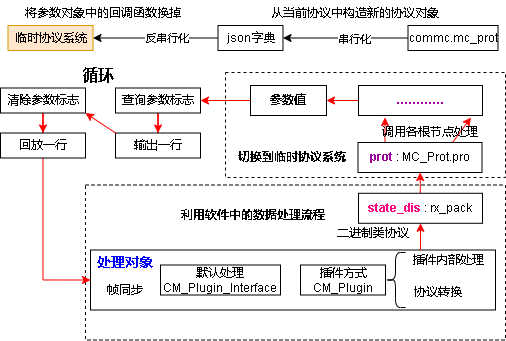
Before: doc/draft/设计-指定变量csv流程.drawio.png, a diagram exported from draw.io (yangzigy/com_mc). Source tidied: cells renumbered, new cells last; positions are measured from the earlier drawing's top-left corner, leaving out a move shared by most shapes. Its diagram source:
```xml
<mxGraphModel>
  <root>
    <mxCell id="0" />
    <mxCell id="1" parent="0" />
    <mxCell id="2" style="rounded=0;whiteSpace=wrap;html=1;fillColor=none;dashed=1;" parent="1" vertex="1">
      <mxGeometry x="85" y="184.5" width="420" height="155" as="geometry" />
    </mxCell>
    <mxCell id="3" style="rounded=0;whiteSpace=wrap;html=1;fillColor=none;dashed=1;" parent="1" vertex="1">
      <mxGeometry x="225" y="72" width="280" height="105" as="geometry" />
    </mxCell>
    <mxCell id="4" style="rounded=0;whiteSpace=wrap;html=1;fillColor=none;" parent="1" vertex="1">
      <mxGeometry x="90" y="249.5" width="405" height="60" as="geometry" />
    </mxCell>
    <mxCell id="5" value="默认处理&lt;br&gt;CM_Plugin_Interface" style="rounded=0;whiteSpace=wrap;html=1;" parent="1" vertex="1">
      <mxGeometry x="160" y="264.5" width="120" height="30" as="geometry" />
    </mxCell>
    <mxCell id="6" value="处理对象" style="text;html=1;strokeColor=none;fillColor=none;align=center;verticalAlign=middle;whiteSpace=wrap;rounded=0;fontColor=#0000FF;fontStyle=1;fontSize=14;" parent="1" vertex="1">
      <mxGeometry x="95" y="247" width="60" height="30" as="geometry" />
    </mxCell>
    <mxCell id="7" value="插件方式&lt;br&gt;CM_Plugin" style="rounded=0;whiteSpace=wrap;html=1;" parent="1" vertex="1">
      <mxGeometry x="300" y="264.5" width="85" height="30" as="geometry" />
    </mxCell>
    <mxCell id="8" style="shape=curlyBracket;whiteSpace=wrap;html=1;rounded=1;fillColor=none;" parent="1" vertex="1">
      <mxGeometry x="385" y="252" width="20" height="55" as="geometry" />
    </mxCell>
    <mxCell id="9" value="插件内部处理" style="text;html=1;strokeColor=none;fillColor=none;align=center;verticalAlign=middle;whiteSpace=wrap;rounded=0;" parent="1" vertex="1">
      <mxGeometry x="405" y="244.5" width="85" height="30" as="geometry" />
    </mxCell>
    <mxCell id="10" value="协议转换" style="text;html=1;strokeColor=none;fillColor=none;align=center;verticalAlign=middle;whiteSpace=wrap;rounded=0;" parent="1" vertex="1">
      <mxGeometry x="410" y="277" width="55" height="30" as="geometry" />
    </mxCell>
    <mxCell id="11" style="endArrow=classic;html=1;rounded=0;entryX=0.5;entryY=1;entryDx=0;entryDy=0;exitX=1;exitY=0.25;exitDx=0;exitDy=0;strokeColor=#FF0000;" parent="1" edge="1">
      <mxGeometry relative="1" as="geometry">
        <mxPoint x="446.5" y="149.5" as="sourcePoint" />
        <mxPoint x="470.5" y="117" as="targetPoint" />
      </mxGeometry>
    </mxCell>
    <mxCell id="12" value="帧同步" style="text;html=1;strokeColor=none;fillColor=none;align=center;verticalAlign=middle;whiteSpace=wrap;rounded=0;" parent="1" vertex="1">
      <mxGeometry x="100" y="274.5" width="50" height="30" as="geometry" />
    </mxCell>
    <mxCell id="13" style="rounded=0;orthogonalLoop=1;jettySize=auto;html=1;fontSize=14;fontColor=#0000FF;exitX=0.5;exitY=0;exitDx=0;exitDy=0;strokeColor=#FF0000;" parent="1" edge="1">
      <mxGeometry relative="1" as="geometry">
        <mxPoint x="384.5" y="142" as="sourcePoint" />
        <mxPoint x="384.5" y="117" as="targetPoint" />
      </mxGeometry>
    </mxCell>
    <mxCell id="14" style="edgeStyle=none;rounded=0;jettySize=auto;html=1;fontColor=#990099;strokeColor=#FF0000;" parent="1" edge="1" source="15" target="18">
      <mxGeometry relative="1" as="geometry" />
    </mxCell>
    <mxCell id="15" value="&lt;b&gt;&lt;font color=&quot;#ff0080&quot;&gt;state_dis&lt;/font&gt;&lt;/b&gt; :&amp;nbsp;rx_pack" style="rounded=0;whiteSpace=wrap;html=1;" parent="1" vertex="1">
      <mxGeometry x="358" y="192.8" width="124" height="30" as="geometry" />
    </mxCell>
    <mxCell id="16" style="endArrow=classic;html=1;rounded=0;entryX=0.5;entryY=1;entryDx=0;entryDy=0;strokeColor=#FF0000;" parent="1" edge="1">
      <mxGeometry relative="1" as="geometry">
        <mxPoint x="420" y="249.5" as="sourcePoint" />
        <mxPoint x="420" y="222.8" as="targetPoint" />
      </mxGeometry>
    </mxCell>
    <mxCell id="17" value="二进制类协议" style="text;html=1;strokeColor=none;fillColor=none;align=center;verticalAlign=middle;whiteSpace=wrap;rounded=0;" parent="1" vertex="1">
      <mxGeometry x="335" y="217.8" width="75" height="30" as="geometry" />
    </mxCell>
    <mxCell id="18" value="&lt;b&gt;&lt;font color=&quot;#990099&quot;&gt;prot&lt;/font&gt;&lt;/b&gt; :&amp;nbsp;MC_Prot.pro" style="rounded=0;whiteSpace=wrap;html=1;" parent="1" vertex="1">
      <mxGeometry x="357.5" y="142" width="124" height="30" as="geometry" />
    </mxCell>
    <mxCell id="19" value="调用各根节点处理" style="text;html=1;strokeColor=none;fillColor=none;align=center;verticalAlign=middle;whiteSpace=wrap;rounded=0;" parent="1" vertex="1">
      <mxGeometry x="375" y="122" width="110" height="20" as="geometry" />
    </mxCell>
    <mxCell id="20" style="edgeStyle=orthogonalEdgeStyle;rounded=0;jettySize=auto;html=1;fontColor=#000000;strokeColor=#FF0000;" parent="1" edge="1" source="21" target="25">
      <mxGeometry relative="1" as="geometry" />
    </mxCell>
    <mxCell id="21" value="&lt;font color=&quot;#990099&quot;&gt;&lt;span&gt;…………&lt;/span&gt;&lt;/font&gt;" style="rounded=0;whiteSpace=wrap;html=1;fontStyle=1;" parent="1" vertex="1">
      <mxGeometry x="358" y="85" width="124" height="30" as="geometry" />
    </mxCell>
    <mxCell id="22" value="切换到临时协议系统" style="text;html=1;strokeColor=none;fillColor=none;align=center;verticalAlign=middle;whiteSpace=wrap;rounded=0;fontStyle=1;" parent="1" vertex="1">
      <mxGeometry x="232.5" y="142" width="117.5" height="30" as="geometry" />
    </mxCell>
    <mxCell id="23" value="利用软件中的数据处理流程" style="text;html=1;strokeColor=none;fillColor=none;align=center;verticalAlign=middle;whiteSpace=wrap;rounded=0;fontStyle=1;" parent="1" vertex="1">
      <mxGeometry x="170" y="199.5" width="165" height="30" as="geometry" />
    </mxCell>
    <mxCell id="24" style="edgeStyle=none;rounded=0;jettySize=auto;html=1;fontColor=#000000;strokeColor=#FF0000;" parent="1" edge="1" source="25" target="40">
      <mxGeometry relative="1" as="geometry" />
    </mxCell>
    <mxCell id="25" value="&lt;font&gt;&lt;span&gt;参数值&lt;/span&gt;&lt;/font&gt;" style="rounded=0;whiteSpace=wrap;html=1;fontStyle=1;fontColor=#000000;" parent="1" vertex="1">
      <mxGeometry x="250" y="85" width="76" height="30" as="geometry" />
    </mxCell>
    <mxCell id="26" style="rounded=0;jettySize=auto;html=1;fontColor=#000000;" parent="1" edge="1" source="28" target="32">
      <mxGeometry relative="1" as="geometry" />
    </mxCell>
    <mxCell id="27" value="串行化" style="edgeLabel;html=1;align=center;verticalAlign=middle;fontColor=#000000;" parent="26" vertex="1">
      <mxGeometry x="-0.14" y="1" relative="1" as="geometry" />
    </mxCell>
    <mxCell id="28" value="commc.mc_prot" style="rounded=0;whiteSpace=wrap;html=1;" parent="1" vertex="1">
      <mxGeometry x="407.5" y="25" width="90" height="25" as="geometry" />
    </mxCell>
    <mxCell id="29" value="从当前协议中构造新的协议对象" style="text;html=1;strokeColor=none;fillColor=none;align=center;verticalAlign=middle;whiteSpace=wrap;rounded=0;dashed=1;fontColor=#000000;" parent="1" vertex="1">
      <mxGeometry x="260" width="190" height="25" as="geometry" />
    </mxCell>
    <mxCell id="30" style="rounded=0;jettySize=auto;html=1;fontColor=#000000;" parent="1" edge="1" source="32" target="33">
      <mxGeometry relative="1" as="geometry" />
    </mxCell>
    <mxCell id="31" value="反串行化" style="edgeLabel;html=1;align=center;verticalAlign=middle;fontColor=#000000;" parent="30" vertex="1">
      <mxGeometry x="-0.18" relative="1" as="geometry" />
    </mxCell>
    <mxCell id="32" value="json字典" style="rounded=0;whiteSpace=wrap;html=1;" parent="1" vertex="1">
      <mxGeometry x="217.5" y="25" width="65" height="25" as="geometry" />
    </mxCell>
    <mxCell id="33" value="临时协议系统" style="rounded=0;whiteSpace=wrap;html=1;fillColor=#ffe6cc;strokeColor=#d79b00;" parent="1" vertex="1">
      <mxGeometry x="7.5" y="25" width="85" height="25" as="geometry" />
    </mxCell>
    <mxCell id="34" style="edgeStyle=orthogonalEdgeStyle;rounded=0;jettySize=auto;html=1;fontColor=#000000;strokeColor=#FF0000;" parent="1" edge="1" source="35" target="38">
      <mxGeometry relative="1" as="geometry" />
    </mxCell>
    <mxCell id="35" value="清除参数标志" style="rounded=0;whiteSpace=wrap;html=1;" parent="1" vertex="1">
      <mxGeometry y="87.5" width="85" height="25" as="geometry" />
    </mxCell>
    <mxCell id="36" value="将参数对象中的回调函数换掉" style="text;html=1;strokeColor=none;fillColor=none;align=center;verticalAlign=middle;whiteSpace=wrap;rounded=0;dashed=1;fontColor=#000000;" parent="1" vertex="1">
      <mxGeometry x="20" width="165" height="25" as="geometry" />
    </mxCell>
    <mxCell id="37" style="rounded=0;jettySize=auto;html=1;fontColor=#000000;entryX=0;entryY=0.5;entryDx=0;entryDy=0;edgeStyle=orthogonalEdgeStyle;exitX=0.5;exitY=1;exitDx=0;exitDy=0;strokeColor=#FF0000;" parent="1" edge="1" source="38" target="4">
      <mxGeometry relative="1" as="geometry" />
    </mxCell>
    <mxCell id="38" value="回放一行" style="rounded=0;whiteSpace=wrap;html=1;" parent="1" vertex="1">
      <mxGeometry y="132.5" width="85" height="25" as="geometry" />
    </mxCell>
    <mxCell id="39" style="edgeStyle=orthogonalEdgeStyle;rounded=0;jettySize=auto;html=1;fontColor=#000000;strokeColor=#FF0000;" parent="1" edge="1" source="40" target="41">
      <mxGeometry relative="1" as="geometry" />
    </mxCell>
    <mxCell id="40" value="查询参数标志" style="rounded=0;whiteSpace=wrap;html=1;" parent="1" vertex="1">
      <mxGeometry x="115" y="87.5" width="85" height="25" as="geometry" />
    </mxCell>
    <mxCell id="41" value="输出一行" style="rounded=0;whiteSpace=wrap;html=1;" parent="1" vertex="1">
      <mxGeometry x="115" y="132.5" width="85" height="25" as="geometry" />
    </mxCell>
    <mxCell id="42" style="rounded=0;jettySize=auto;html=1;fontColor=#000000;exitX=0;exitY=0;exitDx=0;exitDy=0;entryX=1;entryY=1;entryDx=0;entryDy=0;strokeColor=#FF0000;" parent="1" edge="1" source="41" target="35">
      <mxGeometry relative="1" as="geometry" />
    </mxCell>
    <mxCell id="43" value="循环" style="text;html=1;strokeColor=none;fillColor=none;align=center;verticalAlign=middle;whiteSpace=wrap;rounded=0;dashed=1;fontColor=#000000;fontSize=16;fontStyle=1;" parent="1" vertex="1">
      <mxGeometry x="80" y="62.5" width="35" height="25" as="geometry" />
    </mxCell>
  </root>
</mxGraphModel>
```
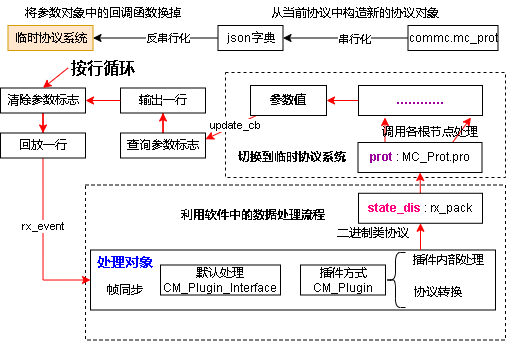
The same diagram one commit later.

Diff of the diagram source:
```diff
@@ -77,9 +77,12 @@
     <mxCell id="23" value="利用软件中的数据处理流程" style="text;html=1;strokeColor=none;fillColor=none;align=center;verticalAlign=middle;whiteSpace=wrap;rounded=0;fontStyle=1;" parent="1" vertex="1">
       <mxGeometry x="170" y="199.5" width="165" height="30" as="geometry" />
     </mxCell>
-    <mxCell id="24" style="edgeStyle=none;rounded=0;jettySize=auto;html=1;fontColor=#000000;strokeColor=#FF0000;" parent="1" edge="1" source="25" target="40">
+    <mxCell id="24" style="edgeStyle=none;rounded=0;jettySize=auto;html=1;fontColor=#000000;strokeColor=#FF0000;entryX=1;entryY=0.25;entryDx=0;entryDy=0;" parent="1" edge="1" source="25" target="40">
       <mxGeometry relative="1" as="geometry" />
     </mxCell>
+    <mxCell id="44" value="update_cb" style="edgeLabel;html=1;align=center;verticalAlign=middle;" parent="24" vertex="1">
+      <mxGeometry x="-0.19" relative="1" as="geometry" />
+    </mxCell>
     <mxCell id="25" value="&lt;font&gt;&lt;span&gt;参数值&lt;/span&gt;&lt;/font&gt;" style="rounded=0;whiteSpace=wrap;html=1;fontStyle=1;fontColor=#000000;" parent="1" vertex="1">
       <mxGeometry x="250" y="85" width="76" height="30" as="geometry" />
     </mxCell>
@@ -119,6 +122,9 @@
     <mxCell id="37" style="rounded=0;jettySize=auto;html=1;fontColor=#000000;entryX=0;entryY=0.5;entryDx=0;entryDy=0;edgeStyle=orthogonalEdgeStyle;exitX=0.5;exitY=1;exitDx=0;exitDy=0;strokeColor=#FF0000;" parent="1" edge="1" source="38" target="4">
       <mxGeometry relative="1" as="geometry" />
     </mxCell>
+    <mxCell id="45" value="rx_event" style="edgeLabel;html=1;align=center;verticalAlign=middle;" parent="37" vertex="1">
+      <mxGeometry x="-0.19" relative="1" as="geometry" />
+    </mxCell>
     <mxCell id="38" value="回放一行" style="rounded=0;whiteSpace=wrap;html=1;" parent="1" vertex="1">
       <mxGeometry y="132.5" width="85" height="25" as="geometry" />
     </mxCell>
@@ -126,16 +132,19 @@
       <mxGeometry relative="1" as="geometry" />
     </mxCell>
     <mxCell id="40" value="查询参数标志" style="rounded=0;whiteSpace=wrap;html=1;" parent="1" vertex="1">
-      <mxGeometry x="115" y="87.5" width="85" height="25" as="geometry" />
+      <mxGeometry x="120" y="132.5" width="85" height="25" as="geometry" />
     </mxCell>
     <mxCell id="41" value="输出一行" style="rounded=0;whiteSpace=wrap;html=1;" parent="1" vertex="1">
-      <mxGeometry x="115" y="132.5" width="85" height="25" as="geometry" />
+      <mxGeometry x="120" y="87.5" width="85" height="25" as="geometry" />
     </mxCell>
-    <mxCell id="42" style="rounded=0;jettySize=auto;html=1;fontColor=#000000;exitX=0;exitY=0;exitDx=0;exitDy=0;entryX=1;entryY=1;entryDx=0;entryDy=0;strokeColor=#FF0000;" parent="1" edge="1" source="41" target="35">
+    <mxCell id="42" style="rounded=0;jettySize=auto;html=1;fontColor=#000000;exitX=0;exitY=0.5;exitDx=0;exitDy=0;entryX=1;entryY=0.5;entryDx=0;entryDy=0;strokeColor=#FF0000;" parent="1" edge="1" source="41" target="35">
       <mxGeometry relative="1" as="geometry" />
     </mxCell>
-    <mxCell id="43" value="循环" style="text;html=1;strokeColor=none;fillColor=none;align=center;verticalAlign=middle;whiteSpace=wrap;rounded=0;dashed=1;fontColor=#000000;fontSize=16;fontStyle=1;" parent="1" vertex="1">
-      <mxGeometry x="80" y="62.5" width="35" height="25" as="geometry" />
+    <mxCell id="43" value="按行循环" style="text;html=1;strokeColor=none;fillColor=none;align=center;verticalAlign=middle;whiteSpace=wrap;rounded=0;dashed=1;fontColor=#000000;fontSize=16;fontStyle=1;" parent="1" vertex="1">
+      <mxGeometry x="67.5" y="55" width="70" height="25" as="geometry" />
     </mxCell>
+    <mxCell id="46" style="rounded=0;jettySize=auto;html=1;fontColor=#000000;entryX=0.5;entryY=0;entryDx=0;entryDy=0;strokeColor=#FF0000;exitX=0;exitY=0.5;exitDx=0;exitDy=0;" parent="1" edge="1" source="43" target="35">
+      <mxGeometry relative="1" as="geometry" />
+    </mxCell>
   </root>
 </mxGraphModel>
```
